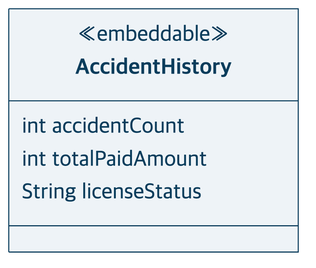
The Mermaid diagram docs/presentation/diagrams/clusters/accident-code.png in heyoonyoon/distributed-programming, before a commit. Its source is kept beside it as docs/presentation/diagrams/clusters/accident-code.mmd.
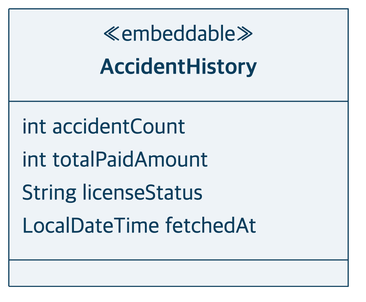
The same diagram one commit later.

Change to the diagram source:
```diff
@@ -5,4 +5,5 @@
   int accidentCount
   int totalPaidAmount
   String licenseStatus
+  LocalDateTime fetchedAt
 }
```
